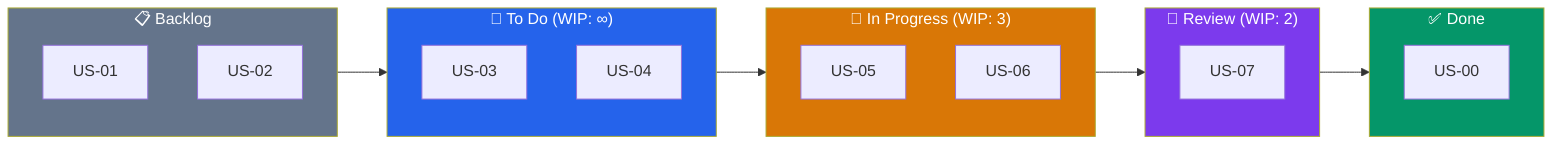
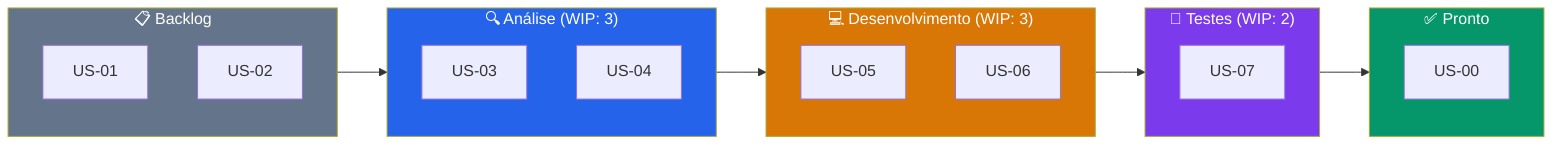
%% PES08 - Quadro Kanban com Limite de WIP
%% Aula 08: Kanban e Comparação de Abordagens
%% Projeto e Engenharia de Software - Prof. Giovane Barcelos
%% Mermaid compatível com PlantUML (https://plantuml.com/):
%% para renderizar no PlantUML, envolva o conteúdo abaixo em @startmermaid ... @endmermaid.
flowchart LR
    subgraph Backlog["📋 Backlog"]
        B1["US-01"]
        B2["US-02"]
    end
-     subgraph ToDo["📌 To Do (WIP: ∞)"]
-         T1["US-03"]
-         T2["US-04"]
+     subgraph Analise["🔍 Análise (WIP: 3)"]
+         A1["US-03"]
+         A2["US-04"]
    end
-     subgraph InProgress["🔄 In Progress (WIP: 3)"]
-         IP1["US-05"]
-         IP2["US-06"]
+     subgraph Desenvolvimento["💻 Desenvolvimento (WIP: 3)"]
+         D1["US-05"]
+         D2["US-06"]
    end
-     subgraph Review["👀 Review (WIP: 2)"]
-         R1["US-07"]
+     subgraph Testes["🧪 Testes (WIP: 2)"]
+         T1["US-07"]
    end
-     subgraph Done["✅ Done"]
-         D1["US-00"]
+     subgraph Pronto["✅ Pronto"]
+         P1["US-00"]
    end
-     Backlog --> ToDo --> InProgress --> Review --> Done
+     Backlog --> Analise --> Desenvolvimento --> Testes --> Pronto
    style Backlog fill:#64748B,color:#FFF
-     style ToDo fill:#2563EB,color:#FFF
-     style InProgress fill:#D97706,color:#FFF
-     style Review fill:#7C3AED,color:#FFF
-     style Done fill:#059669,color:#FFF
+     style Analise fill:#2563EB,color:#FFF
+     style Desenvolvimento fill:#D97706,color:#FFF
+     style Testes fill:#7C3AED,color:#FFF
+     style Pronto fill:#059669,color:#FFF
